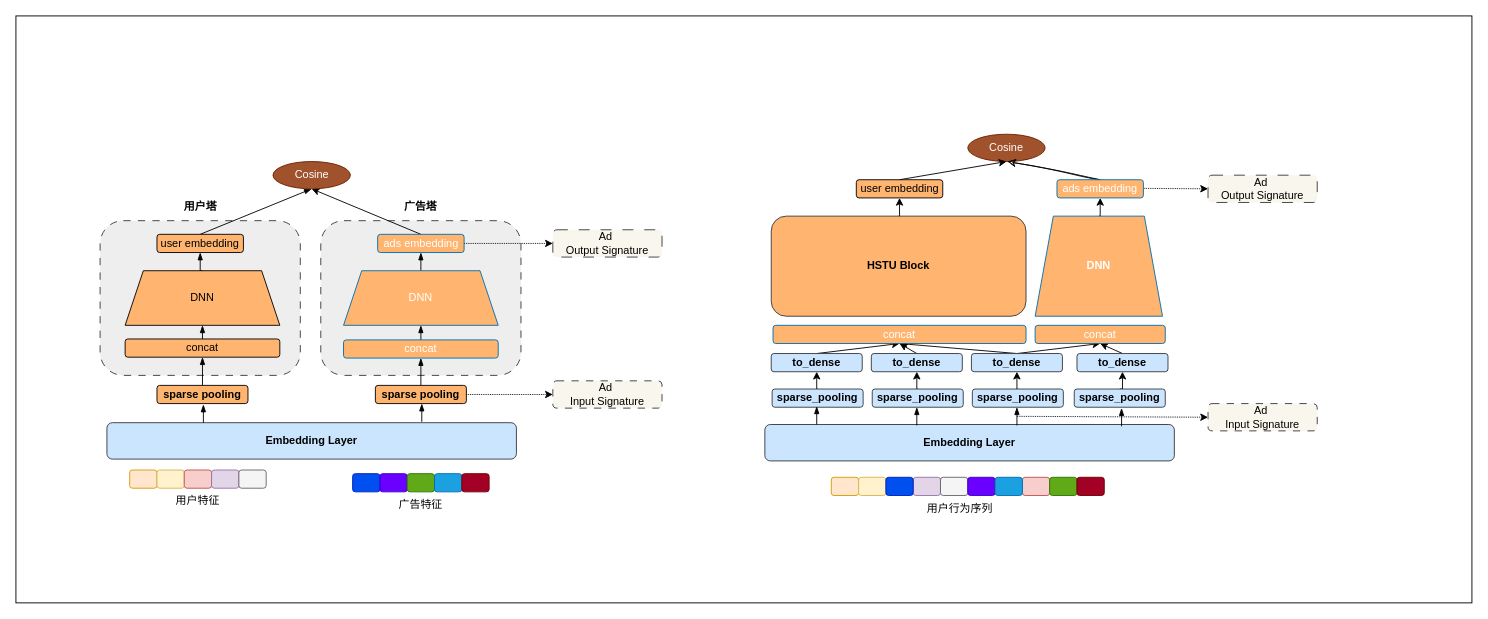
JackHsiung/totoro keeps this draw.io diagram as dual_tower.drawio. Above is the earlier version. Source tidied: cells renumbered, new cells numbered last; positions are measured from the earlier drawing's top-left corner, leaving out a move shared by most shapes. Both pictures are drawn from the tidied source at 91%, with x=0, y=0 at pixel (15, 15).
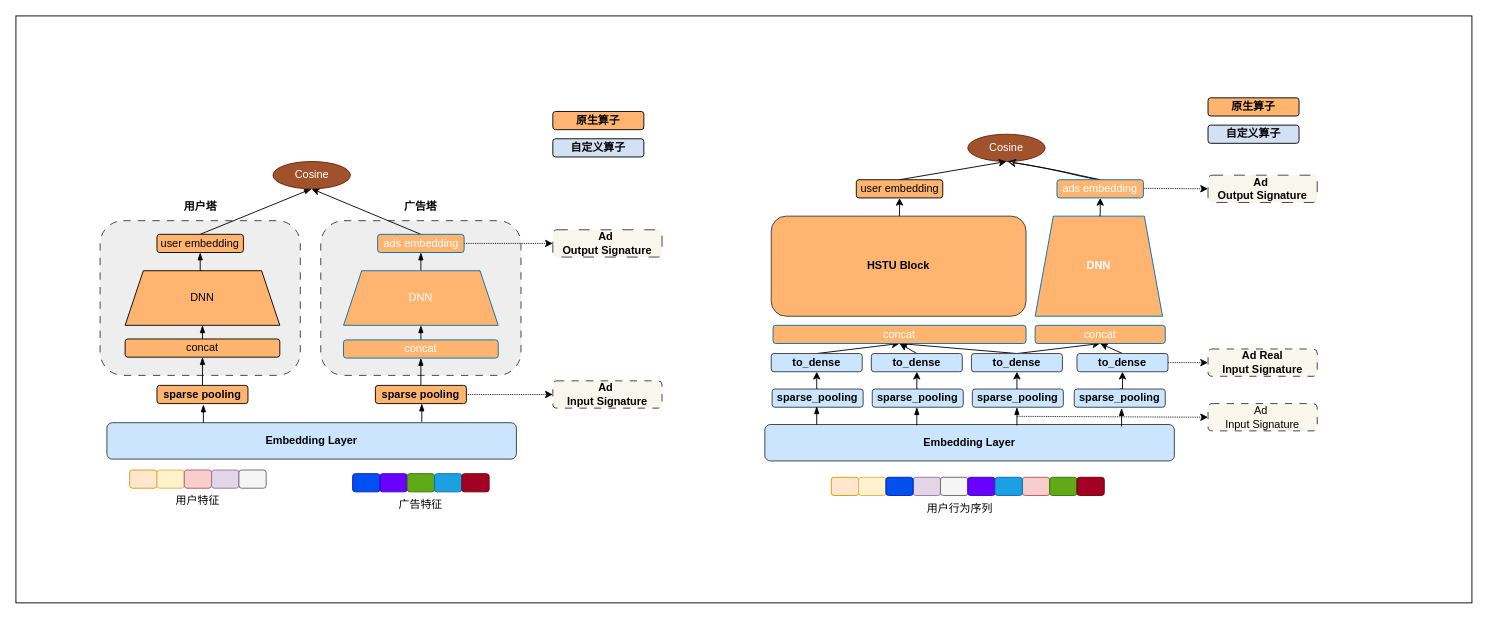
Above is the later version.

Unchanged cells that the change refers to:
```xml
<mxCell id="73" value="&lt;font face=&quot;Helvetica&quot;&gt;&lt;b&gt;to_dense&lt;/b&gt;&lt;/font&gt;" style="rounded=1;whiteSpace=wrap;html=1;hachureGap=4;strokeColor=#36393d;align=center;verticalAlign=middle;fontFamily=Architects Daughter;fontSize=12;fillColor=#cce5ff;" parent="1" vertex="1">
  <mxGeometry x="1166" y="371" width="100" height="20" as="geometry" />
</mxCell>
```

Diff of the diagram source:
```diff
@@
-    <mxCell id="41" value="Ad&amp;nbsp;&lt;div&gt;Input Signature&lt;/div&gt;" style="text;html=1;align=center;verticalAlign=middle;whiteSpace=wrap;rounded=1;fontFamily=Helvetica;fontSize=12;fillColor=#f9f7ed;strokeColor=#36393d;dashed=1;dashPattern=8 8;" parent="1" vertex="1">
+    <mxCell id="41" value="Ad&amp;nbsp;&lt;div&gt;Input Signature&lt;/div&gt;" style="text;html=1;align=center;verticalAlign=middle;whiteSpace=wrap;rounded=1;fontFamily=Helvetica;fontSize=12;fillColor=#f9f7ed;strokeColor=#36393d;dashed=1;dashPattern=8 8;fontStyle=1;" parent="1" vertex="1">
       <mxGeometry x="590" y="401" width="120" height="30" as="geometry" />
     </mxCell>
-    <mxCell id="42" value="Ad&amp;nbsp;&lt;div&gt;Output Signature&lt;/div&gt;" style="text;html=1;align=center;verticalAlign=middle;whiteSpace=wrap;rounded=1;fontFamily=Helvetica;fontSize=12;fillColor=#f9f7ed;strokeColor=#36393d;dashed=1;dashPattern=12 12;" parent="1" vertex="1">
+    <mxCell id="42" value="Ad&amp;nbsp;&lt;div&gt;Output Signature&lt;/div&gt;" style="text;html=1;align=center;verticalAlign=middle;whiteSpace=wrap;rounded=1;fontFamily=Helvetica;fontSize=12;fillColor=#f9f7ed;strokeColor=#36393d;dashed=1;dashPattern=12 12;fontStyle=1;" parent="1" vertex="1">
       <mxGeometry x="590" y="235" width="120" height="30" as="geometry" />
     </mxCell>
@@
-    <mxCell id="90" value="Ad&amp;nbsp;&lt;div&gt;Output Signature&lt;/div&gt;" style="text;html=1;align=center;verticalAlign=middle;whiteSpace=wrap;rounded=1;fontFamily=Helvetica;fontSize=12;fillColor=#f9f7ed;strokeColor=#36393d;dashed=1;dashPattern=12 12;" parent="1" vertex="1">
+    <mxCell id="90" value="Ad&amp;nbsp;&lt;div&gt;Output Signature&lt;/div&gt;" style="text;html=1;align=center;verticalAlign=middle;whiteSpace=wrap;rounded=1;fontFamily=Helvetica;fontSize=12;fillColor=#f9f7ed;strokeColor=#36393d;dashed=1;dashPattern=12 12;fontStyle=1;" parent="1" vertex="1">
       <mxGeometry x="1310" y="175" width="120" height="30" as="geometry" />
     </mxCell>
+    <mxCell id="91" value="&lt;font face=&quot;Helvetica&quot;&gt;&lt;b&gt;原生算子&lt;/b&gt;&lt;/font&gt;" style="rounded=1;whiteSpace=wrap;html=1;hachureGap=4;strokeColor=default;align=center;verticalAlign=middle;fontFamily=Architects Daughter;fontSize=12;fontColor=default;fillColor=#FFB570;" parent="1" vertex="1">
+      <mxGeometry x="590" y="105" width="100" height="20" as="geometry" />
+    </mxCell>
+    <mxCell id="92" value="&lt;font face=&quot;Helvetica&quot;&gt;&lt;b&gt;自定义算子&lt;/b&gt;&lt;/font&gt;" style="rounded=1;whiteSpace=wrap;html=1;hachureGap=4;strokeColor=default;align=center;verticalAlign=middle;fontFamily=Architects Daughter;fontSize=12;fontColor=default;fillColor=#D4E1F5;" parent="1" vertex="1">
+      <mxGeometry x="590" y="135" width="100" height="20" as="geometry" />
+    </mxCell>
+    <mxCell id="93" value="&lt;font face=&quot;Helvetica&quot;&gt;&lt;b&gt;原生算子&lt;/b&gt;&lt;/font&gt;" style="rounded=1;whiteSpace=wrap;html=1;hachureGap=4;strokeColor=default;align=center;verticalAlign=middle;fontFamily=Architects Daughter;fontSize=12;fontColor=default;fillColor=#FFB570;" parent="1" vertex="1">
+      <mxGeometry x="1310" y="90" width="100" height="20" as="geometry" />
+    </mxCell>
+    <mxCell id="94" value="&lt;font face=&quot;Helvetica&quot;&gt;&lt;b&gt;自定义算子&lt;/b&gt;&lt;/font&gt;" style="rounded=1;whiteSpace=wrap;html=1;hachureGap=4;strokeColor=default;align=center;verticalAlign=middle;fontFamily=Architects Daughter;fontSize=12;fontColor=default;fillColor=#D4E1F5;" parent="1" vertex="1">
+      <mxGeometry x="1310" y="120" width="100" height="20" as="geometry" />
+    </mxCell>
+    <mxCell id="95" style="rounded=0;hachureGap=4;jettySize=auto;html=1;fontFamily=Architects Daughter;fontSize=12;fontColor=default;dashed=1;dashPattern=1 1;entryX=0;entryY=0.5;entryDx=0;entryDy=0;exitX=1;exitY=0.5;exitDx=0;exitDy=0;" parent="1" edge="1" source="73" target="96">
+      <mxGeometry relative="1" as="geometry" />
+    </mxCell>
+    <mxCell id="96" value="Ad Real&lt;div&gt;Input Signature&lt;/div&gt;" style="text;html=1;align=center;verticalAlign=middle;whiteSpace=wrap;rounded=1;fontFamily=Helvetica;fontSize=12;fillColor=#f9f7ed;strokeColor=#36393d;dashed=1;dashPattern=8 8;fontStyle=1;" parent="1" vertex="1">
+      <mxGeometry x="1310" y="366" width="120" height="30" as="geometry" />
+    </mxCell>
```
